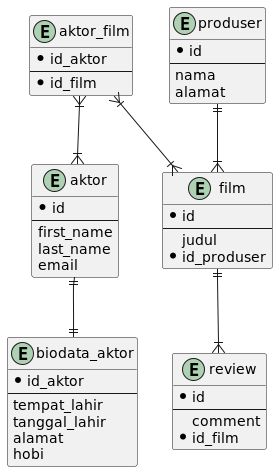
This is uml/schema.png from TopekoX/belajar-hibernate, a PlantUML export, as it was before one commit. The source it was exported from:
```plantuml
@startuml

entity aktor {
    * id
    --
    first_name
    last_name
    email
}

entity biodata_aktor {
    * id_aktor
    --
    tempat_lahir
    tanggal_lahir
    alamat
    hobi
}

entity produser {
    * id
    --
    nama
    alamat
}

entity film {
    * id
    --
    judul
    * id_produser
}

entity review {
    * id
    --
    comment
    * id_film
}

entity aktor_film {
    * id_aktor
    --
    * id_film
}

aktor ||--|| biodata_aktor
produser ||--|{ film
film ||--|{ review
aktor_film }|--|{ film
aktor_film }|--|{ aktor

@enduml
```
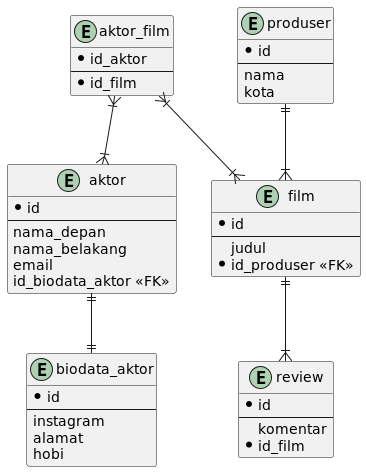
Later version of the same file.

What changed in the source:
```diff
@@ -3,16 +3,16 @@
 entity aktor {
     * id
     --
-    first_name
-    last_name
+    nama_depan
+    nama_belakang
     email
+    id_biodata_aktor << FK >>
 }
 
 entity biodata_aktor {
-    * id_aktor
+    * id
     --
-    tempat_lahir
-    tanggal_lahir
+    instagram
     alamat
     hobi
 }
@@ -21,20 +21,20 @@
     * id
     --
     nama
-    alamat
+    kota
 }
 
 entity film {
     * id
     --
     judul
-    * id_produser
+    * id_produser <<FK>>
 }
 
 entity review {
     * id
     --
-    comment
+    komentar
     * id_film
 }
 
```
